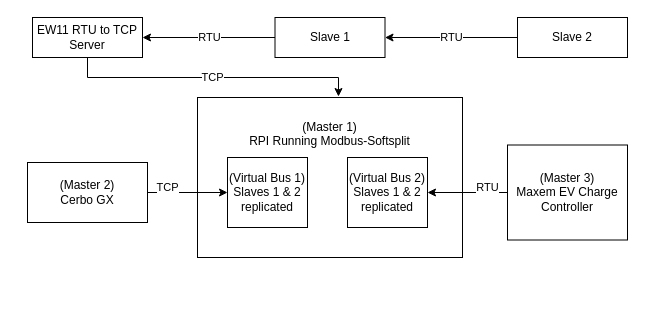
This is layout.drawio from JoshuaDodds/modbus-softsplit, a draw.io file, before an edit. Source tidied: cells renumbered, new cells numbered last; positions are measured from the earlier drawing's top-left corner, leaving out a move shared by most shapes. Both pictures are drawn from the tidied source at 100%, with x=0, y=0 at pixel (27, 17).
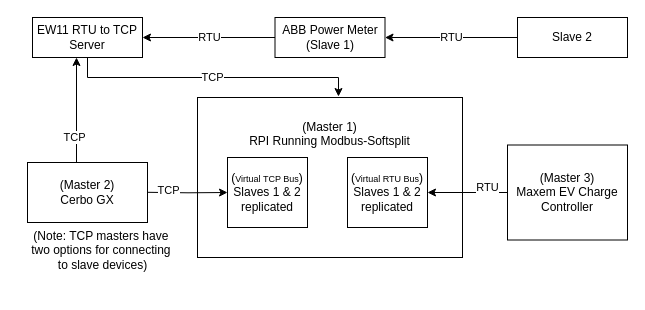
After the change.

Diff of the diagram source:
```diff
@@
 <mxGraphModel>
   <root>
     <mxCell id="0" />
     <mxCell id="1" parent="0" />
     <mxCell id="2" value="&lt;div&gt;RTU&lt;/div&gt;" style="edgeStyle=orthogonalEdgeStyle;rounded=0;jettySize=auto;html=1;" parent="1" edge="1" source="3" target="7">
       <mxGeometry relative="1" as="geometry" />
     </mxCell>
-    <mxCell id="3" value="&lt;div&gt;Slave 1&lt;/div&gt;" style="rounded=0;whiteSpace=wrap;html=1;" parent="1" vertex="1">
+    <mxCell id="3" value="&lt;div&gt;ABB Power Meter&lt;br&gt;(Slave 1)&lt;/div&gt;" style="rounded=0;whiteSpace=wrap;html=1;" parent="1" vertex="1">
       <mxGeometry x="247.5" width="110" height="40" as="geometry" />
     </mxCell>
     <mxCell id="4" value="&lt;div&gt;RTU&lt;/div&gt;" style="edgeStyle=orthogonalEdgeStyle;rounded=0;jettySize=auto;html=1;" parent="1" edge="1" source="5" target="3">
       <mxGeometry relative="1" as="geometry" />
     </mxCell>
     <mxCell id="5" value="&lt;div&gt;Slave 2&lt;/div&gt;" style="rounded=0;whiteSpace=wrap;html=1;" parent="1" vertex="1">
       <mxGeometry x="490" width="110" height="40" as="geometry" />
     </mxCell>
     <mxCell id="6" value="&lt;div&gt;TCP&lt;/div&gt;" style="edgeStyle=orthogonalEdgeStyle;rounded=0;jettySize=auto;html=1;exitX=0.5;exitY=1;exitDx=0;exitDy=0;entryX=0.532;entryY=-0.006;entryDx=0;entryDy=0;entryPerimeter=0;" parent="1" edge="1" source="7" target="8">
       <mxGeometry relative="1" as="geometry" />
     </mxCell>
     <mxCell id="7" value="&lt;div&gt;EW11 RTU to TCP Server&lt;/div&gt;" style="rounded=0;whiteSpace=wrap;html=1;" parent="1" vertex="1">
       <mxGeometry x="5" width="110" height="40" as="geometry" />
     </mxCell>
     <mxCell id="8" value="&lt;div&gt;(Master 1)&lt;/div&gt;&lt;div&gt;RPI Running Modbus-Softsplit&lt;/div&gt;&lt;div&gt;&lt;br&gt;&lt;/div&gt;&lt;div&gt;&lt;br&gt;&lt;/div&gt;&lt;div&gt;&lt;br&gt;&lt;/div&gt;&lt;div&gt;&lt;br&gt;&lt;/div&gt;&lt;div&gt;&lt;br&gt;&lt;/div&gt;&lt;div&gt;&lt;br&gt;&lt;/div&gt;" style="rounded=0;whiteSpace=wrap;html=1;" parent="1" vertex="1">
       <mxGeometry x="170" y="80" width="265" height="160" as="geometry" />
     </mxCell>
-    <mxCell id="9" value="TCP" style="edgeStyle=orthogonalEdgeStyle;rounded=0;jettySize=auto;html=1;entryX=0;entryY=0.5;entryDx=0;entryDy=0;" parent="1" edge="1" source="10" target="13">
-      <mxGeometry x="-0.5" y="5" relative="1" as="geometry">
+    <mxCell id="9" value="TCP" style="edgeStyle=orthogonalEdgeStyle;rounded=0;orthogonalLoop=1;jettySize=auto;html=1;entryX=0.5;entryY=1;entryDx=0;entryDy=0;exitX=0.404;exitY=0.042;exitDx=0;exitDy=0;exitPerimeter=0;" parent="1" edge="1">
+      <mxGeometry x="-0.47" y="2" relative="1" as="geometry">
+        <mxPoint x="47.5" y="147.5" as="sourcePoint" />
+        <mxPoint x="49" y="40" as="targetPoint" />
         <Array as="points">
-          <mxPoint x="140" y="175" />
-          <mxPoint x="140" y="175" />
+          <mxPoint x="49" y="148" />
         </Array>
       </mxGeometry>
     </mxCell>
     <mxCell id="10" value="(Master 2)&lt;br&gt;Cerbo GX" style="whiteSpace=wrap;html=1;rounded=0;" parent="1" vertex="1">
       <mxGeometry y="145" width="120" height="60" as="geometry" />
     </mxCell>
     <mxCell id="11" value="&lt;div&gt;RTU&lt;/div&gt;" style="edgeStyle=orthogonalEdgeStyle;rounded=0;jettySize=auto;html=1;entryX=1;entryY=0.5;entryDx=0;entryDy=0;" parent="1" edge="1" source="12" target="14">
       <mxGeometry x="-0.5" y="-5" relative="1" as="geometry" />
     </mxCell>
     <mxCell id="12" value="(Master 3)&lt;br&gt;Maxem EV Charge Controller" style="whiteSpace=wrap;html=1;rounded=0;" parent="1" vertex="1">
       <mxGeometry x="480" y="127.5" width="120" height="95" as="geometry" />
     </mxCell>
-    <mxCell id="13" value="(Virtual Bus 1)&lt;br&gt;Slaves 1 &amp;amp; 2 replicated" style="rounded=0;whiteSpace=wrap;html=1;" parent="1" vertex="1">
+    <mxCell id="13" value="(&lt;font style=&quot;font-size: 9px;&quot;&gt;Virtual TCP Bus&lt;/font&gt;)&lt;br&gt;Slaves 1 &amp;amp; 2 replicated" style="rounded=0;whiteSpace=wrap;html=1;" parent="1" vertex="1">
       <mxGeometry x="200" y="140" width="80" height="70" as="geometry" />
     </mxCell>
-    <mxCell id="14" value="&lt;div&gt;(Virtual Bus 2)&lt;/div&gt;&lt;div&gt;Slaves 1 &amp;amp; 2 replicated&lt;br&gt;&lt;/div&gt;" style="rounded=0;whiteSpace=wrap;html=1;" parent="1" vertex="1">
+    <mxCell id="14" value="&lt;div&gt;(&lt;font style=&quot;font-size: 9px;&quot;&gt;Virtual RTU Bus&lt;/font&gt;)&lt;/div&gt;&lt;div&gt;Slaves 1 &amp;amp; 2 replicated&lt;br&gt;&lt;/div&gt;" style="rounded=0;whiteSpace=wrap;html=1;" parent="1" vertex="1">
       <mxGeometry x="320" y="140" width="80" height="70" as="geometry" />
     </mxCell>
+    <mxCell id="15" value="TCP" style="edgeStyle=orthogonalEdgeStyle;rounded=0;jettySize=auto;html=1;entryX=0;entryY=0.5;entryDx=0;entryDy=0;" parent="1" edge="1" target="13">
+      <mxGeometry x="-0.47" y="2" relative="1" as="geometry">
+        <mxPoint x="120" y="174.8" as="sourcePoint" />
+      </mxGeometry>
+    </mxCell>
+    <mxCell id="16" value="&lt;div&gt;(Note: TCP masters have&amp;nbsp;&lt;/div&gt;&lt;div&gt;two options for connecting&amp;nbsp;&lt;/div&gt;&lt;div&gt;to slave devices)&lt;/div&gt;&lt;div&gt;&lt;br&gt;&lt;/div&gt;" style="text;html=1;align=center;verticalAlign=middle;strokeColor=none;fillColor=none;" parent="1" vertex="1">
+      <mxGeometry x="-10" y="205" width="170" height="70" as="geometry" />
+    </mxCell>
   </root>
 </mxGraphModel>
```
